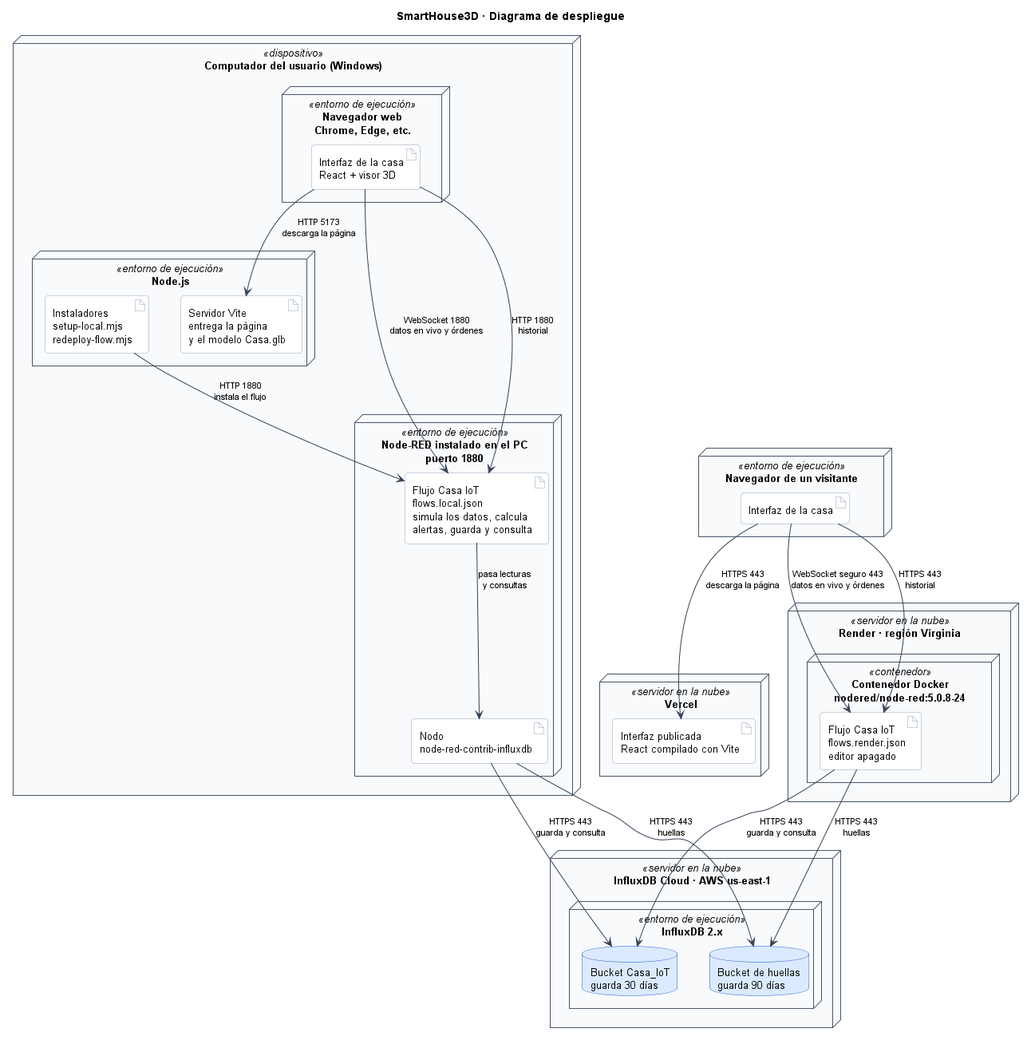
WilderG2004/SmartHouse3D keeps this PlantUML diagram as docs/diagramas/png/despliegue.png. Above is the earlier version.
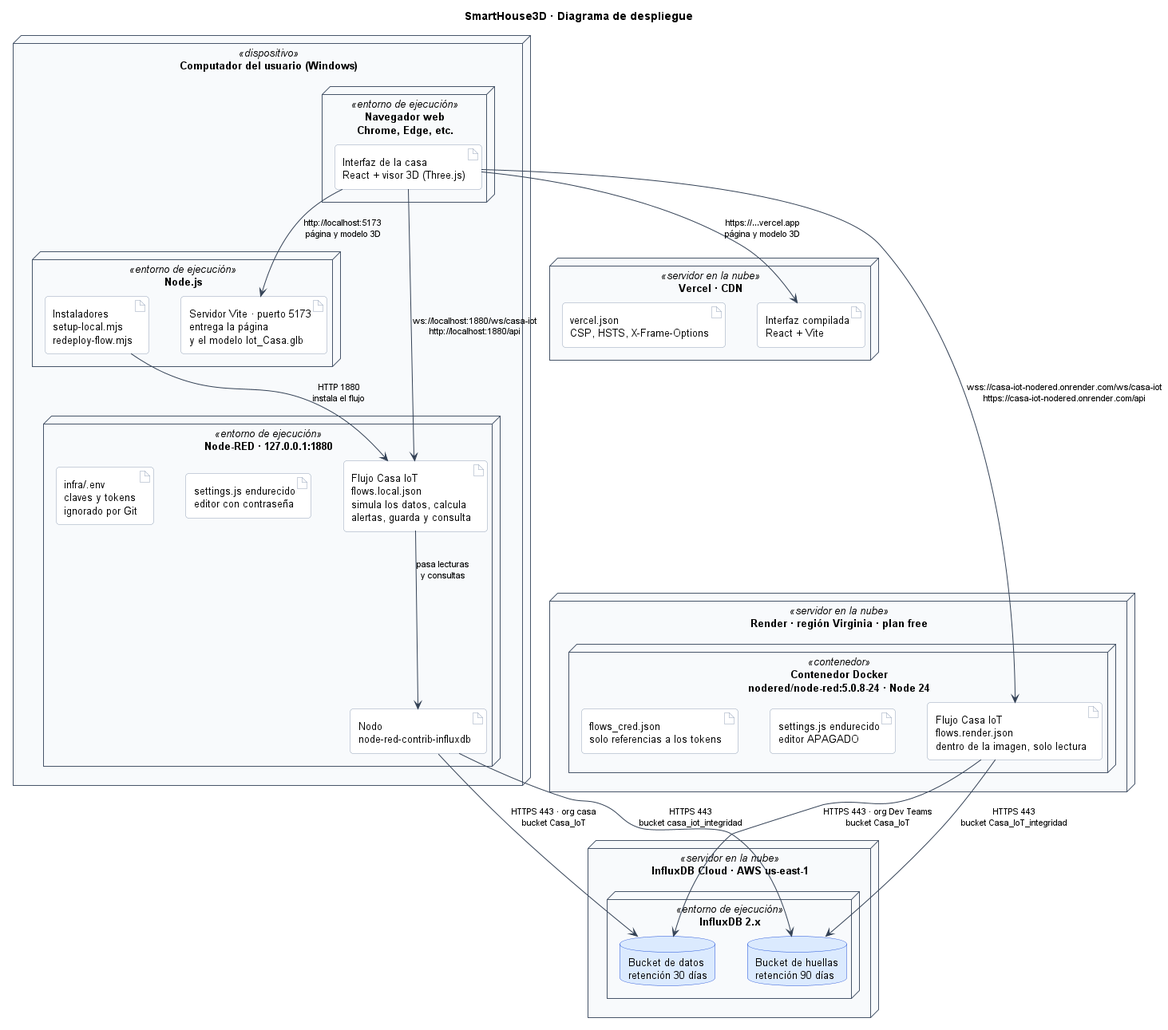
After the change.

Commit message:
Despliegue: fiel al codigo, un solo navegador

Diff of the diagram source:
```diff
@@ -9,7 +9,7 @@
 skinparam ArrowColor #334155
 skinparam ArrowFontSize 11
 skinparam nodesep 40
-skinparam ranksep 60
+skinparam ranksep 65
 skinparam node {
   BackgroundColor #F8FAFC
   BorderColor #475569
@@ -26,53 +26,52 @@
 node "Computador del usuario (Windows)" <<dispositivo>> {
 
   node "Navegador web\nChrome, Edge, etc." <<entorno de ejecución>> {
-    artifact "Interfaz de la casa\nReact + visor 3D" as uiLocal
+    artifact "Interfaz de la casa\nReact + visor 3D (Three.js)" as ui
   }
 
   node "Node.js" <<entorno de ejecución>> {
-    artifact "Servidor Vite\nentrega la página\ny el modelo Casa.glb" as vite
+    artifact "Servidor Vite · puerto 5173\nentrega la página\ny el modelo Iot_Casa.glb" as vite
     artifact "Instaladores\nsetup-local.mjs\nredeploy-flow.mjs" as inst
   }
 
-  node "Node-RED instalado en el PC\npuerto 1880" <<entorno de ejecución>> {
+  node "Node-RED · 127.0.0.1:1880" <<entorno de ejecución>> {
     artifact "Flujo Casa IoT\nflows.local.json\nsimula los datos, calcula\nalertas, guarda y consulta" as flujoLocal
+    artifact "settings.js endurecido\neditor con contraseña" as settingsLocal
+    artifact "infra/.env\nclaves y tokens\nignorado por Git" as envLocal
     artifact "Nodo\nnode-red-contrib-influxdb" as nodoInflux
   }
 }
 
-node "Vercel" <<servidor en la nube>> {
-  artifact "Interfaz publicada\nReact compilado con Vite" as uiProd
+node "Vercel · CDN" <<servidor en la nube>> {
+  artifact "Interfaz compilada\nReact + Vite" as vercelUi
+  artifact "vercel.json\nCSP, HSTS, X-Frame-Options" as vercelCsp
 }
 
-node "Render · región Virginia" <<servidor en la nube>> {
-  node "Contenedor Docker\nnodered/node-red:5.0.8-24" <<contenedor>> {
-    artifact "Flujo Casa IoT\nflows.render.json\neditor apagado" as flujoProd
+node "Render · región Virginia · plan free" <<servidor en la nube>> {
+  node "Contenedor Docker\nnodered/node-red:5.0.8-24 · Node 24" <<contenedor>> {
+    artifact "Flujo Casa IoT\nflows.render.json\ndentro de la imagen, solo lectura" as flujoProd
+    artifact "settings.js endurecido\neditor APAGADO" as settingsProd
+    artifact "flows_cred.json\nsolo referencias a los tokens" as credProd
   }
-}
-
-node "Navegador de un visitante" <<entorno de ejecución>> {
-  artifact "Interfaz de la casa" as uiVisitante
 }
 
 node "InfluxDB Cloud · AWS us-east-1" <<servidor en la nube>> {
   node "InfluxDB 2.x" <<entorno de ejecución>> {
-    database "Bucket Casa_IoT\nguarda 30 días" as bdatos
-    database "Bucket de huellas\nguarda 90 días" as bhuellas
+    database "Bucket de datos\nretención 30 días" as bdatos
+    database "Bucket de huellas\nretención 90 días" as bhuellas
   }
 }
 
-uiLocal --> vite : "HTTP 5173\ndescarga la página"
-uiLocal --> flujoLocal : "WebSocket 1880\ndatos en vivo y órdenes"
-uiLocal --> flujoLocal : "HTTP 1880\nhistorial"
+ui --> vite : "http://localhost:5173\npágina y modelo 3D"
+ui --> flujoLocal : "ws://localhost:1880/ws/casa-iot\nhttp://localhost:1880/api"
 inst --> flujoLocal : "HTTP 1880\ninstala el flujo"
 flujoLocal --> nodoInflux : "pasa lecturas\ny consultas"
-nodoInflux --> bdatos : "HTTPS 443\nguarda y consulta"
-nodoInflux --> bhuellas : "HTTPS 443\nhuellas"
+nodoInflux --> bdatos : "HTTPS 443 · org casa\nbucket Casa_IoT"
+nodoInflux --> bhuellas : "HTTPS 443\nbucket casa_iot_integridad"
 
-uiVisitante --> uiProd : "HTTPS 443\ndescarga la página"
-uiVisitante --> flujoProd : "WebSocket seguro 443\ndatos en vivo y órdenes"
-uiVisitante --> flujoProd : "HTTPS 443\nhistorial"
-flujoProd --> bdatos : "HTTPS 443\nguarda y consulta"
-flujoProd --> bhuellas : "HTTPS 443\nhuellas"
+ui --> vercelUi : "https://…vercel.app\npágina y modelo 3D"
+ui --> flujoProd : "wss://casa-iot-nodered.onrender.com/ws/casa-iot\nhttps://casa-iot-nodered.onrender.com/api"
+flujoProd --> bdatos : "HTTPS 443 · org Dev Teams\nbucket Casa_IoT"
+flujoProd --> bhuellas : "HTTPS 443\nbucket Casa_IoT_integridad"
 
 @enduml
```
